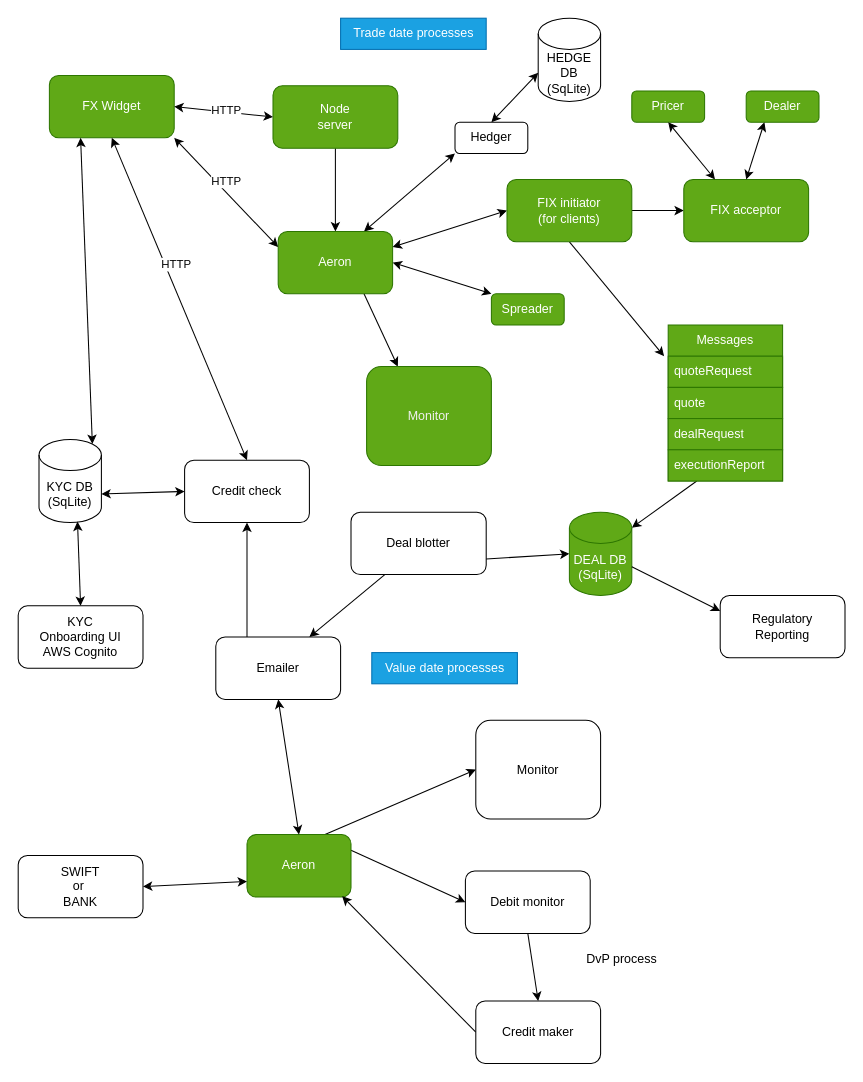
rupweb/ws-front-end keeps this draw.io diagram as arch.drawio. Above is the earlier version. Source tidied: cells renumbered, new cells numbered last; positions are measured from the earlier drawing's top-left corner, leaving out a move shared by most shapes. Both pictures are drawn from the tidied source at 104%, with x=0, y=0 at pixel (18, 18).
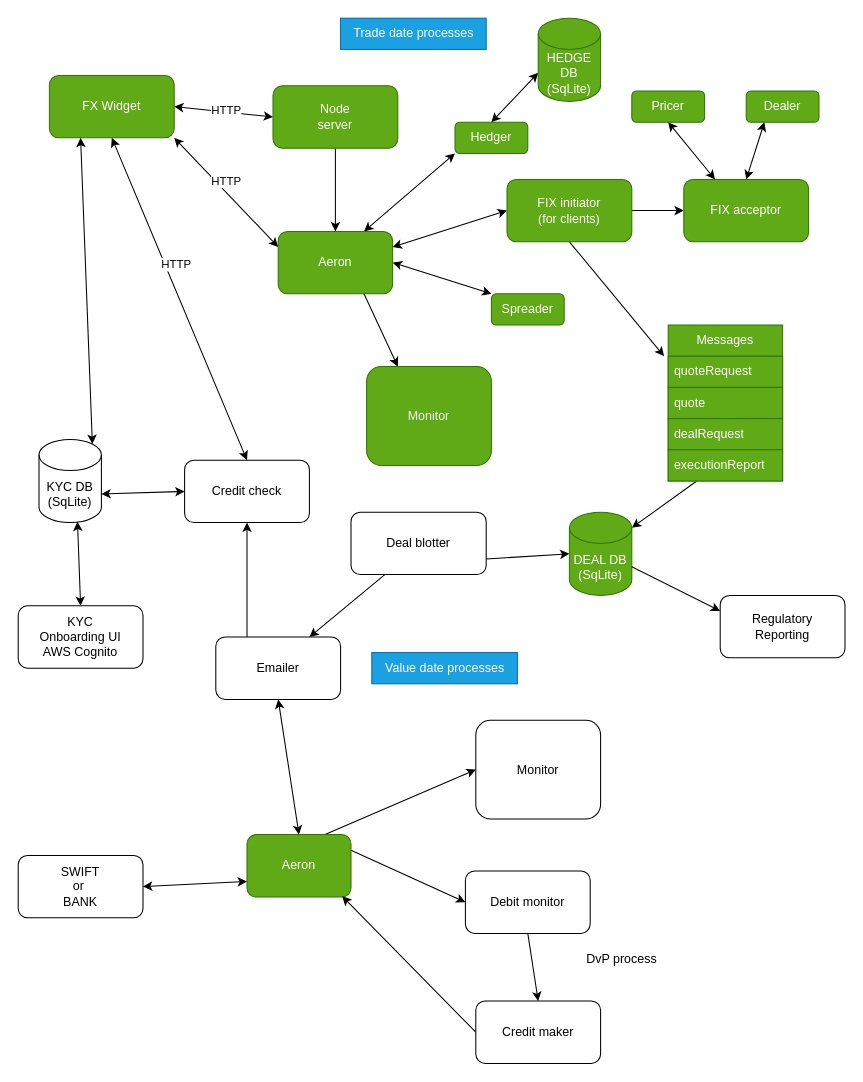
The same diagram, later.

What changed in the source:
```diff
@@
-    <mxCell id="61" value="Hedger" style="rounded=1;whiteSpace=wrap;html=1;" parent="1" vertex="1">
+    <mxCell id="61" value="Hedger" style="rounded=1;whiteSpace=wrap;html=1;fillColor=#60a917;fontColor=#ffffff;strokeColor=#2D7600;" parent="1" vertex="1">
       <mxGeometry x="420" y="100" width="70" height="30" as="geometry" />
     </mxCell>
-    <mxCell id="62" value="HEDGE DB&lt;br&gt;(SqLite)" style="shape=cylinder3;whiteSpace=wrap;html=1;boundedLbl=1;backgroundOutline=1;size=15;" parent="1" vertex="1">
+    <mxCell id="62" value="HEDGE DB&lt;br&gt;(SqLite)" style="shape=cylinder3;whiteSpace=wrap;html=1;boundedLbl=1;backgroundOutline=1;size=15;fillColor=#60a917;fontColor=#ffffff;strokeColor=#2D7600;" parent="1" vertex="1">
       <mxGeometry x="500" width="60" height="80" as="geometry" />
     </mxCell>
```
